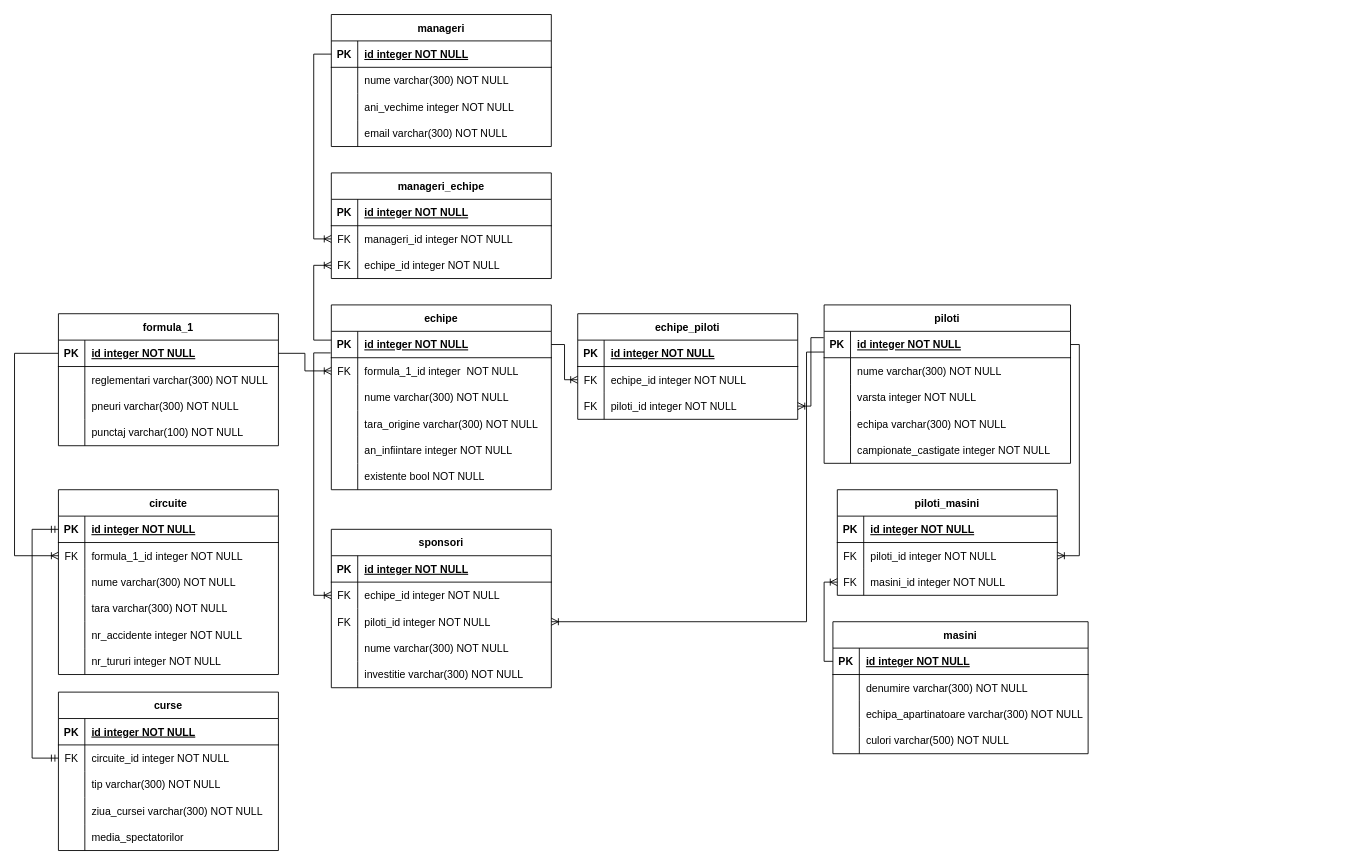
The draw.io diagram Model Conceptual.drawio in andreea-agrisan/examen_sem1_db, before the edit. Source tidied: cells renumbered, new cells numbered last; positions are measured from the earlier drawing's top-left corner, leaving out a move shared by most shapes. Both pictures are drawn from the tidied source at 88%, with x=0, y=0 at pixel (14, 14).
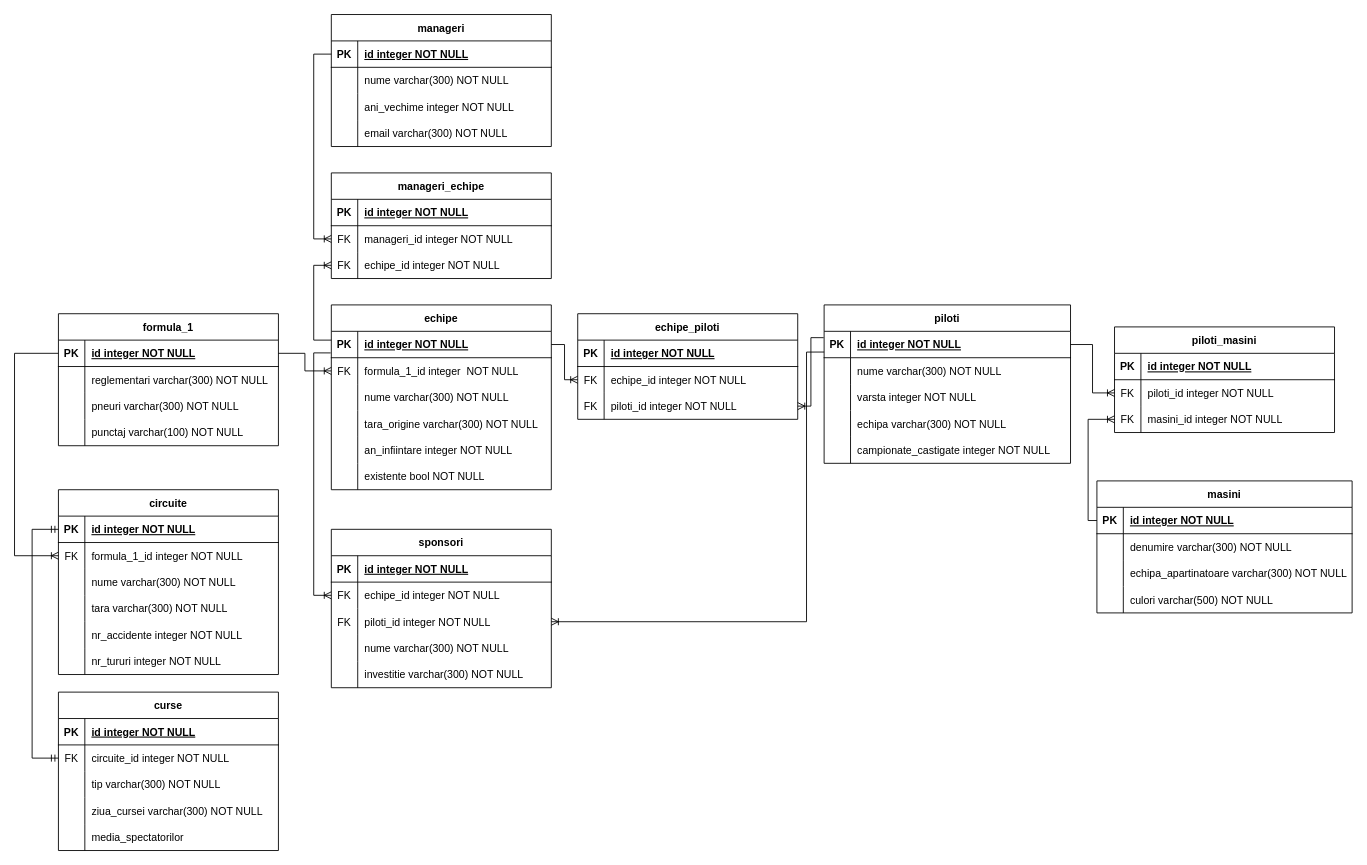
After the change.

The change refers to these unchanged cells:
```xml
<mxCell id="45" style="shape=partialRectangle;fillColor=none;points=[[0,0.5],[1,0.5]];portConstraint=eastwest;top=0;left=0;right=0;bottom=1;" parent="44" vertex="1">
  <mxGeometry y="30" width="280" height="30" as="geometry" />
</mxCell>
<mxCell id="64" style="shape=partialRectangle;fillColor=none;points=[[0,0.5],[1,0.5]];portConstraint=eastwest;top=0;left=0;right=0;bottom=0;" parent="60" vertex="1">
  <mxGeometry y="60" width="250" height="30" as="geometry" />
</mxCell>
```

Diff of the diagram source:
```diff
@@
     <mxCell id="60" value="piloti_masini" style="shape=table;startSize=30;childLayout=tableLayout;rowLines=0;fontStyle=1;align=center;" parent="1" vertex="1">
-      <mxGeometry x="935" y="540" width="250" height="120" as="geometry" />
+      <mxGeometry x="1250" y="355" width="250" height="120" as="geometry" />
     </mxCell>
@@
     <mxCell id="70" value="masini" style="shape=table;startSize=30;childLayout=tableLayout;rowLines=0;fontStyle=1;align=center;" parent="1" vertex="1">
-      <mxGeometry x="930" y="690" width="290" height="150" as="geometry" />
+      <mxGeometry x="1230" y="530" width="290" height="150" as="geometry" />
     </mxCell>
@@
-    <mxCell id="162" style="edgeStyle=orthogonalEdgeStyle;fontSize=12;html=1;endArrow=ERoneToMany;rounded=0;exitX=1;exitY=0.5;exitDx=0;exitDy=0;entryX=1;entryY=0.5;entryDx=0;entryDy=0;" parent="1" edge="1" source="45" target="64">
+    <mxCell id="162" style="edgeStyle=orthogonalEdgeStyle;fontSize=12;html=1;endArrow=ERoneToMany;rounded=0;exitX=1;exitY=0.5;exitDx=0;exitDy=0;entryX=0;entryY=0.5;entryDx=0;entryDy=0;" parent="1" edge="1" source="45" target="64">
       <mxGeometry relative="1" as="geometry" />
     </mxCell>
```
